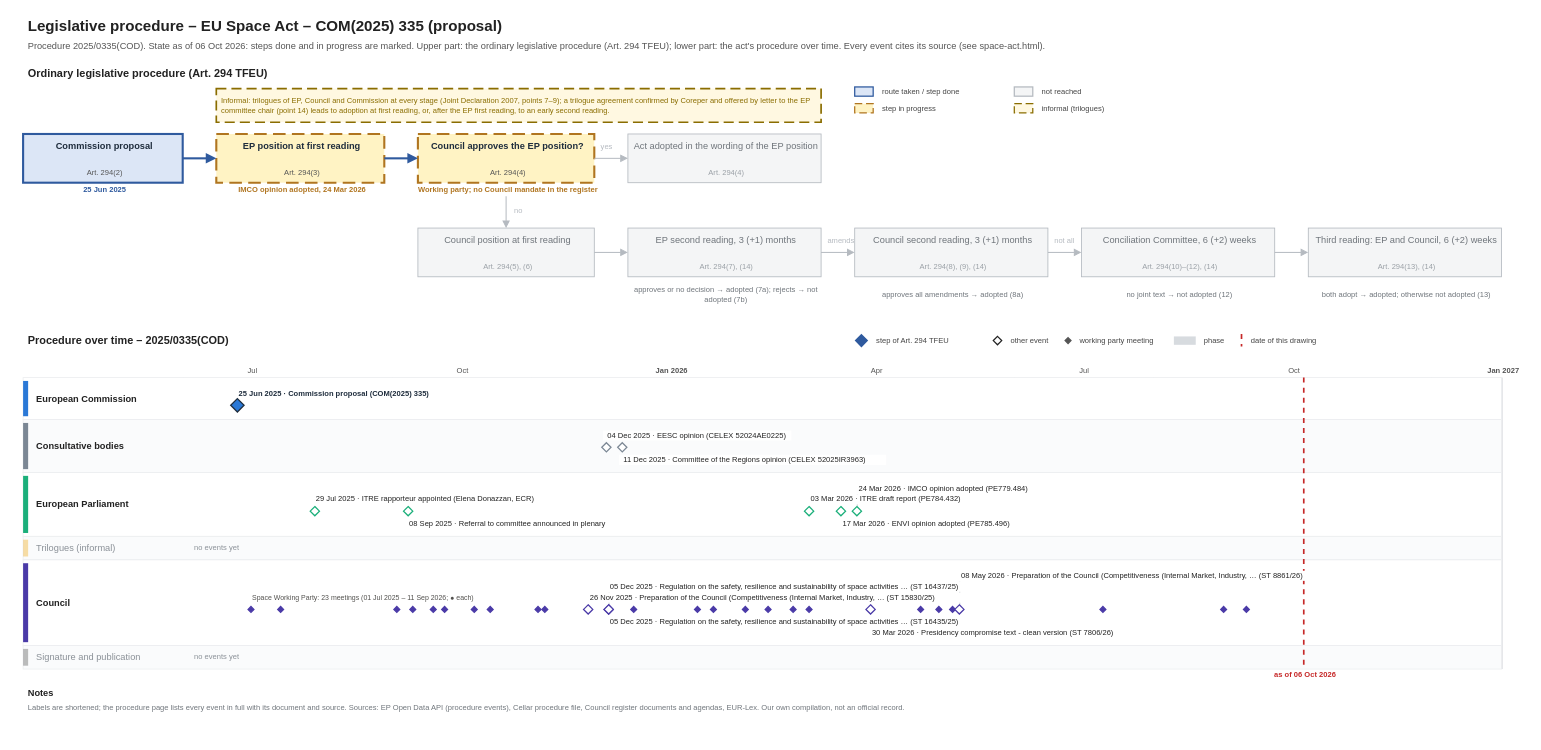
Earlier version of the draw.io diagram procedures/space-act.drawio (git-z0man/eu-regulation-timeline). Source tidied: cells renumbered, new cells numbered last; positions are measured from the earlier drawing's top-left corner, leaving out a move shared by most shapes. Both pictures are drawn from the tidied source at 84%, with x=0, y=0 at pixel (14, 14).
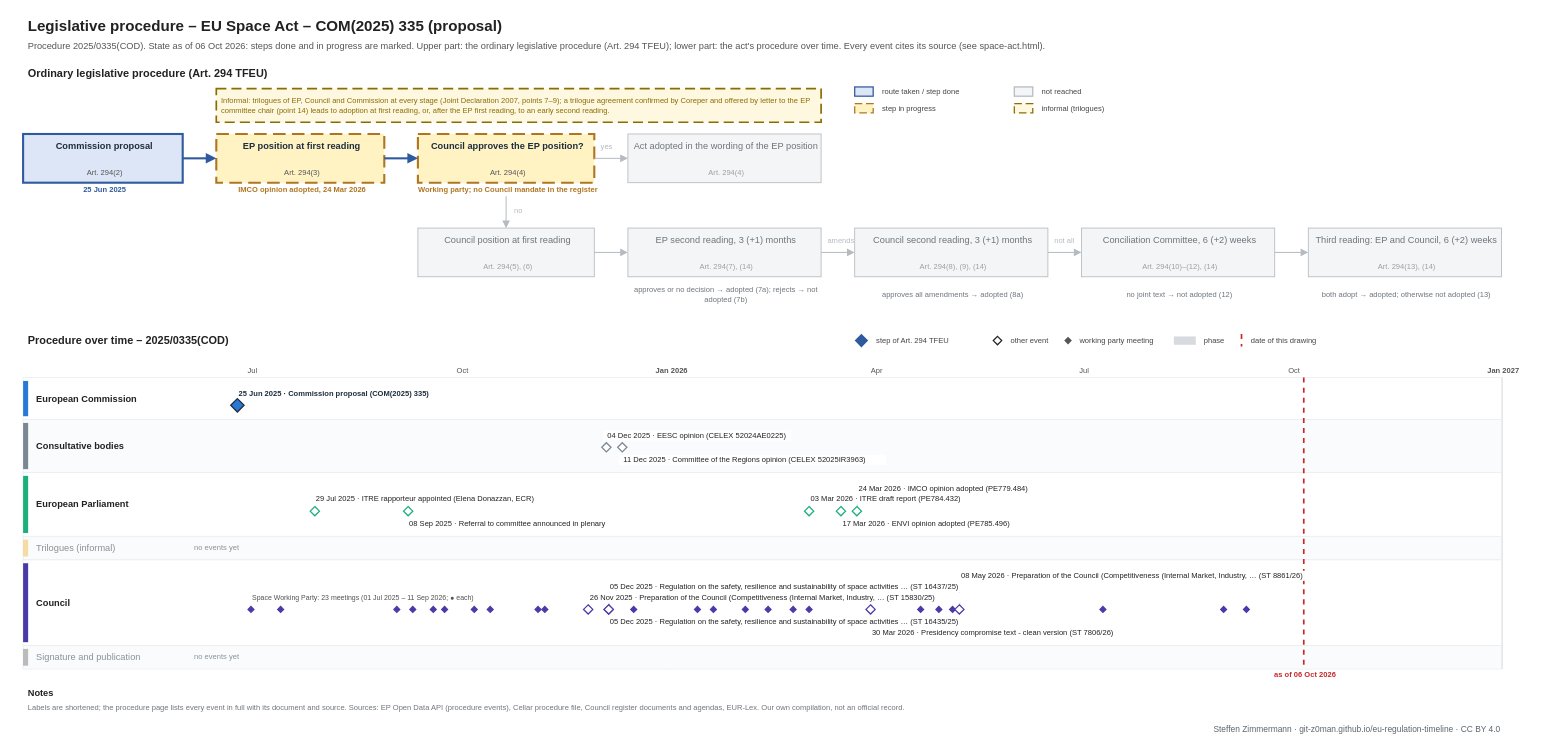
After the change.

What changed in the source:
```diff
@@
+    <mxCell id="177" value="Steffen Zimmermann · git-z0man.github.io/eu-regulation-timeline · CC BY 4.0" style="text;html=1;fontSize=10;fontColor=#5b646b;align=right;verticalAlign=middle;spacingLeft=4;" parent="1" vertex="1">
+      <mxGeometry x="10" y="843" width="1760" height="16" as="geometry" />
+    </mxCell>
```
